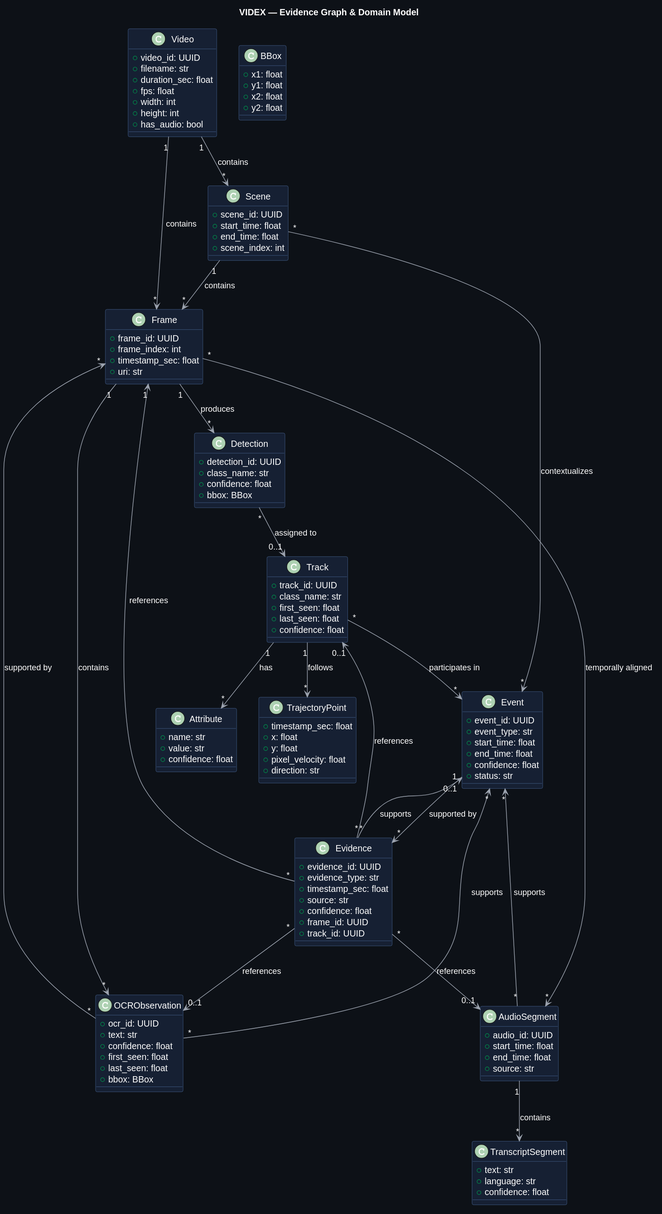
Above: docs/architecture/rendered/VIDEX-Evidence-Graph.svg in SwastikPandey1024/VIDEX (PlantUML), before the change.
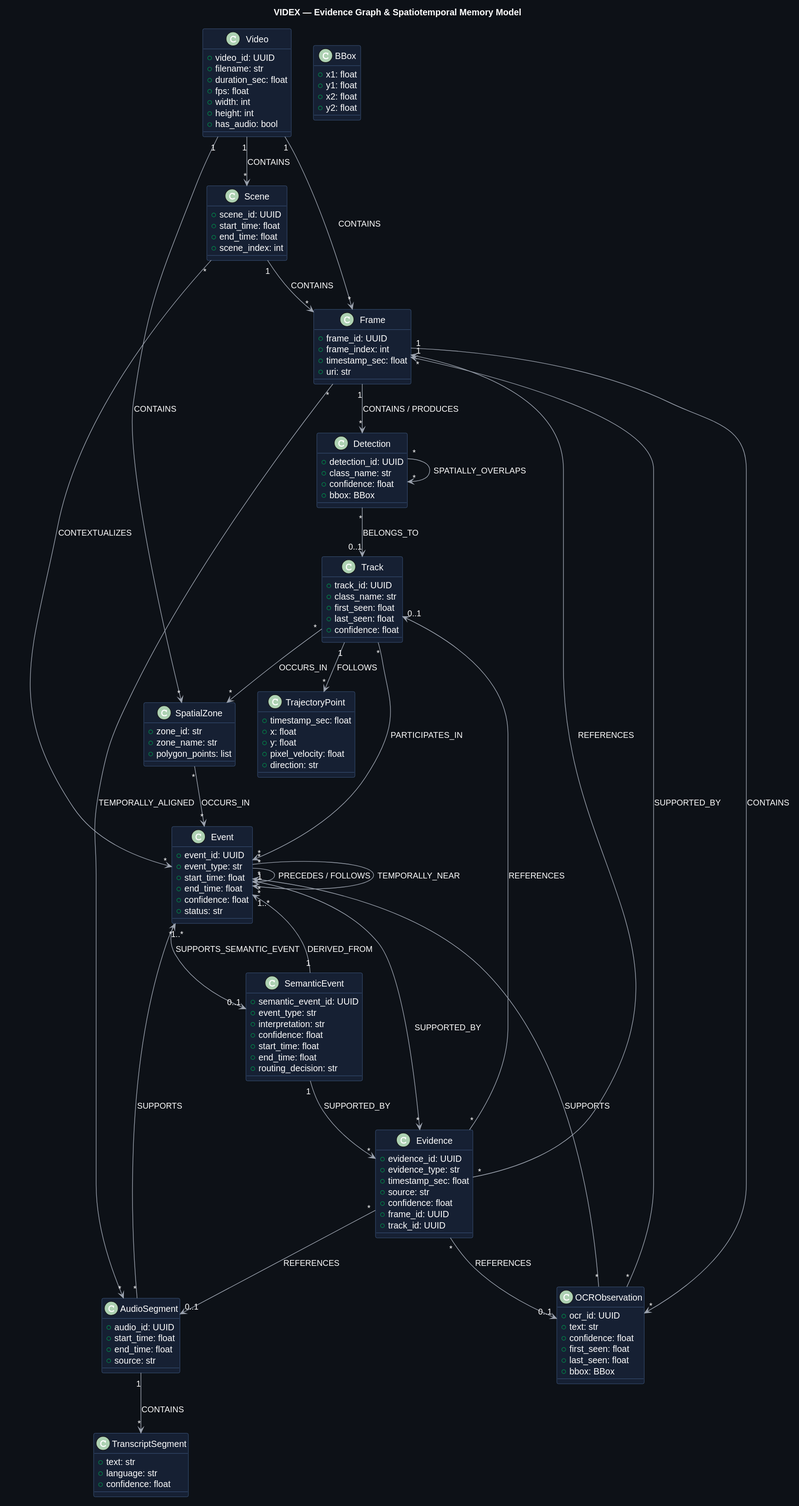
The same diagram one commit later.

Commit message:
docs(graph): review and formalize evidence graph architecture

What changed in the source:
```diff
@@ -1,5 +1,5 @@
 @startuml
-title VIDEX — Evidence Graph & Domain Model
+title VIDEX — Evidence Graph & Spatiotemporal Memory Model
 
 skinparam backgroundColor #0D1117
 skinparam shadowing false
@@ -58,6 +58,12 @@
     +direction: str
 }
 
+class SpatialZone {
+    +zone_id: str
+    +zone_name: str
+    +polygon_points: list
+}
+
 class OCRObservation {
     +ocr_id: UUID
     +text: str
@@ -89,6 +95,16 @@
     +status: str
 }
 
+class SemanticEvent {
+    +semantic_event_id: UUID
+    +event_type: str
+    +interpretation: str
+    +confidence: float
+    +start_time: float
+    +end_time: float
+    +routing_decision: str
+}
+
 class Evidence {
     +evidence_id: UUID
     +evidence_type: str
@@ -99,12 +115,6 @@
     +track_id: UUID
 }
 
-class Attribute {
-    +name: str
-    +value: str
-    +confidence: float
-}
-
 class BBox {
     +x1: float
     +y1: float
@@ -112,34 +122,38 @@
     +y2: float
 }
 
-Video "1" --> "*" Scene : contains
-Video "1" --> "*" Frame : contains
+Video "1" --> "*" Scene : CONTAINS
+Video "1" --> "*" Frame : CONTAINS
+Video "1" --> "*" SpatialZone : CONTAINS
+Scene "1" --> "*" Frame : CONTAINS
 
-Scene "1" --> "*" Frame : contains
+Frame "1" --> "*" Detection : CONTAINS / PRODUCES
+Detection "*" --> "0..1" Track : BELONGS_TO
+Track "1" --> "*" TrajectoryPoint : FOLLOWS
+Track "*" --> "*" SpatialZone : OCCURS_IN
+Detection "*" --> "*" Detection : SPATIALLY_OVERLAPS
 
-Frame "1" --> "*" Detection : produces
-Detection "*" --> "0..1" Track : assigned to
+Frame "1" --> "*" OCRObservation : CONTAINS
+OCRObservation "*" --> "*" Frame : SUPPORTED_BY
+AudioSegment "1" --> "*" TranscriptSegment : CONTAINS
+Frame "*" --> "*" AudioSegment : TEMPORALLY_ALIGNED
 
-Track "1" --> "*" TrajectoryPoint : follows
-Track "1" --> "*" Attribute : has
+Track "*" --> "*" Event : PARTICIPATES_IN
+OCRObservation "*" --> "*" Event : SUPPORTS
+AudioSegment "*" --> "*" Event : SUPPORTS
+SpatialZone "*" --> "*" Event : OCCURS_IN
+Scene "*" --> "*" Event : CONTEXTUALIZES
 
-Frame "1" --> "*" OCRObservation : contains
-OCRObservation "*" --> "*" Frame : supported by
+Event "*" --> "*" Event : PRECEDES / FOLLOWS
+Event "*" --> "*" Event : TEMPORALLY_NEAR
 
-AudioSegment "1" --> "*" TranscriptSegment : contains
+Event "1..*" --> "0..1" SemanticEvent : SUPPORTS_SEMANTIC_EVENT
+SemanticEvent "1" --> "1..*" Event : DERIVED_FROM
 
-Frame "*" --> "*" AudioSegment : temporally aligned
-
-Track "*" --> "*" Event : participates in
-OCRObservation "*" --> "*" Event : supports
-AudioSegment "*" --> "*" Event : supports
-Scene "*" --> "*" Event : contextualizes
-
-Event "1" --> "*" Evidence : supported by
-
-Evidence "*" --> "1" Frame : references
-Evidence "*" --> "0..1" Track : references
-Evidence "*" --> "0..1" OCRObservation : references
-Evidence "*" --> "0..1" AudioSegment : references
-Evidence "*" --> "0..1" Event : supports
+Event "1" --> "*" Evidence : SUPPORTED_BY
+SemanticEvent "1" --> "*" Evidence : SUPPORTED_BY
+Evidence "*" --> "1" Frame : REFERENCES
+Evidence "*" --> "0..1" Track : REFERENCES
+Evidence "*" --> "0..1" OCRObservation : REFERENCES
+Evidence "*" --> "0..1" AudioSegment : REFERENCES
 @enduml
```
